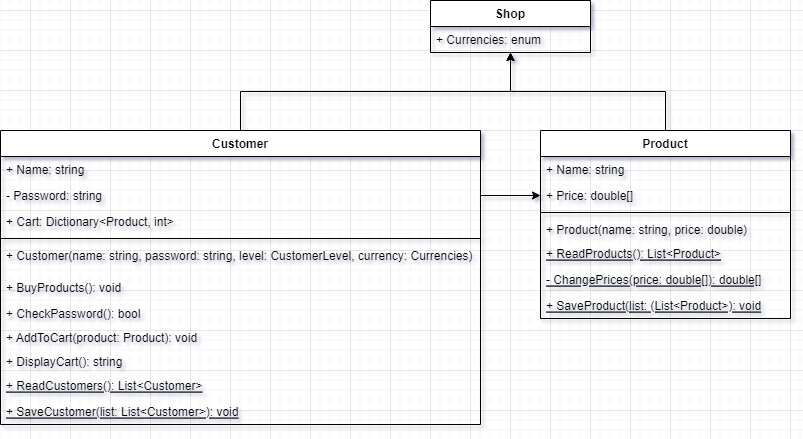
thelilh/Labb2 keeps this draw.io diagram as Labb2.drawio.png. Above is the earlier version. Source tidied: cells renumbered, new cells last; positions are measured from the earlier drawing's top-left corner, leaving out a move shared by most shapes.
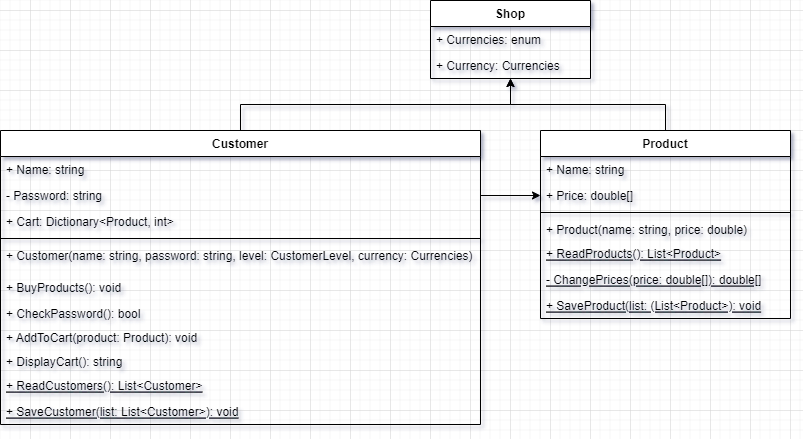
Later version of the same file.

The edit, as a diff of the source:
```diff
@@ -72,10 +72,13 @@
       <mxGeometry y="162" width="250" height="26" as="geometry" />
     </mxCell>
     <mxCell id="25" value="Shop" style="swimlane;fontStyle=1;align=center;verticalAlign=top;horizontal=1;startSize=26;" parent="1" vertex="1">
-      <mxGeometry x="430" width="160" height="52" as="geometry" />
+      <mxGeometry x="430" width="160" height="78" as="geometry" />
     </mxCell>
     <mxCell id="26" value="+ Currencies: enum" style="text;strokeColor=none;fillColor=none;align=left;verticalAlign=top;spacingLeft=4;spacingRight=4;overflow=hidden;" parent="25" vertex="1">
       <mxGeometry y="26" width="160" height="26" as="geometry" />
     </mxCell>
+    <mxCell id="27" value="+ Currency: Currencies" style="text;strokeColor=none;fillColor=none;align=left;verticalAlign=top;spacingLeft=4;spacingRight=4;overflow=hidden;" parent="25" vertex="1">
+      <mxGeometry y="52" width="160" height="26" as="geometry" />
+    </mxCell>
   </root>
 </mxGraphModel>
```
